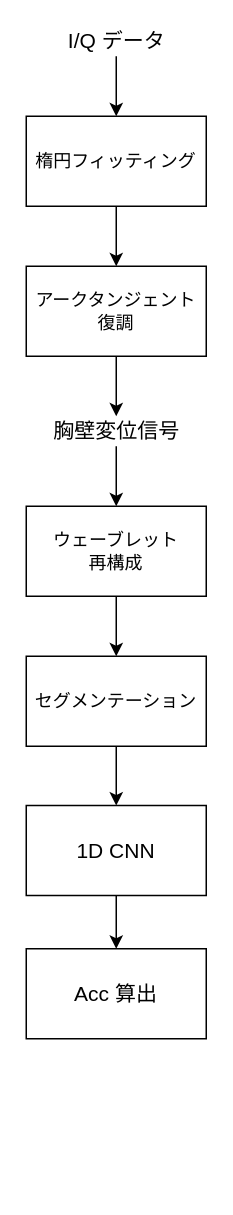
The draw.io diagram bachelor_thesis/fig/proposed_method.drawio in gondow86/latex, before the edit. Source tidied: cells renumbered, new cells numbered last; positions are measured from the earlier drawing's top-left corner, leaving out a move shared by most shapes. Both pictures are drawn from the tidied source at 150%, with x=0, y=0 at pixel (26, 26).
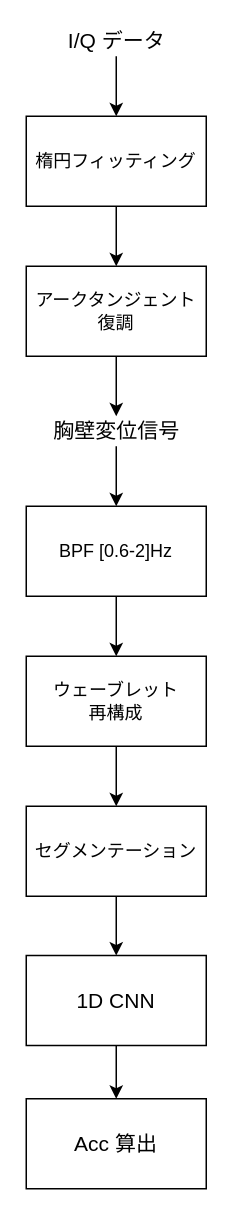
The same page after the edit.

The change refers to these unchanged cells:
```xml
<mxCell id="9" value="&lt;font style=&quot;font-size: 14px&quot;&gt;胸壁変位信号&lt;/font&gt;" style="text;html=1;align=center;verticalAlign=middle;points=[];strokeColor=none;fillColor=none;" parent="1" vertex="1">
  <mxGeometry x="10" y="260" width="100" height="20" as="geometry" />
</mxCell>
```

What changed in the source:
```diff
@@
-    <mxCell id="8" style="edgeStyle=orthogonalEdgeStyle;rounded=0;jettySize=auto;html=1;" parent="1" edge="1" source="9" target="11">
-      <mxGeometry relative="1" as="geometry" />
-    </mxCell>
+    <mxCell id="17" style="edgeStyle=none;html=1;" parent="1" edge="1" source="9" target="19">
+      <mxGeometry relative="1" as="geometry" />
+    </mxCell>
@@
     <mxCell id="11" value="ウェーブレット&lt;br&gt;再構成" style="whiteSpace=wrap;html=1;" parent="1" vertex="1">
-      <mxGeometry y="320" width="120" height="60" as="geometry" />
+      <mxGeometry y="420" width="120" height="60" as="geometry" />
     </mxCell>
@@
     <mxCell id="13" value="セグメンテーション" style="whiteSpace=wrap;html=1;" parent="1" vertex="1">
-      <mxGeometry y="420" width="120" height="60" as="geometry" />
+      <mxGeometry y="520" width="120" height="60" as="geometry" />
     </mxCell>
@@
     <mxCell id="15" value="1D CNN" style="whiteSpace=wrap;html=1;fontSize=14;" parent="1" vertex="1">
-      <mxGeometry y="519.5" width="120" height="60" as="geometry" />
+      <mxGeometry y="619.5" width="120" height="60" as="geometry" />
     </mxCell>
     <mxCell id="16" value="Acc 算出" style="whiteSpace=wrap;html=1;fontSize=14;" parent="1" vertex="1">
-      <mxGeometry y="615" width="120" height="60" as="geometry" />
+      <mxGeometry y="715" width="120" height="60" as="geometry" />
     </mxCell>
+    <mxCell id="18" style="edgeStyle=none;html=1;" parent="1" edge="1" source="19" target="11">
+      <mxGeometry relative="1" as="geometry" />
+    </mxCell>
+    <mxCell id="19" value="BPF [0.6-2]Hz" style="whiteSpace=wrap;html=1;" parent="1" vertex="1">
+      <mxGeometry y="320" width="120" height="60" as="geometry" />
+    </mxCell>
```
